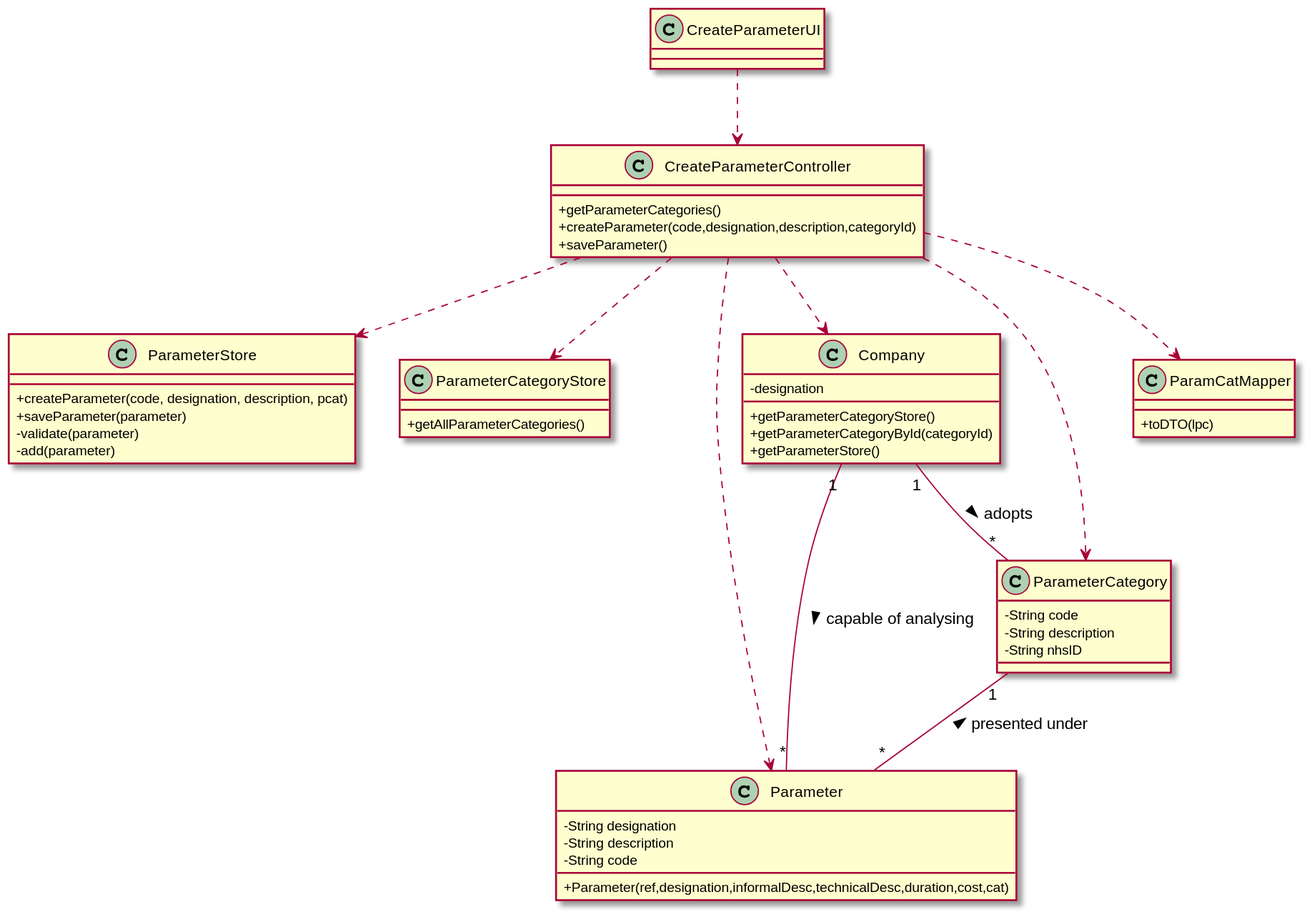
The PlantUML diagram docs/SprintB/US10/US10-CD.svg in 0franciscor/lei-21-s2-1de-g19, before a commit.
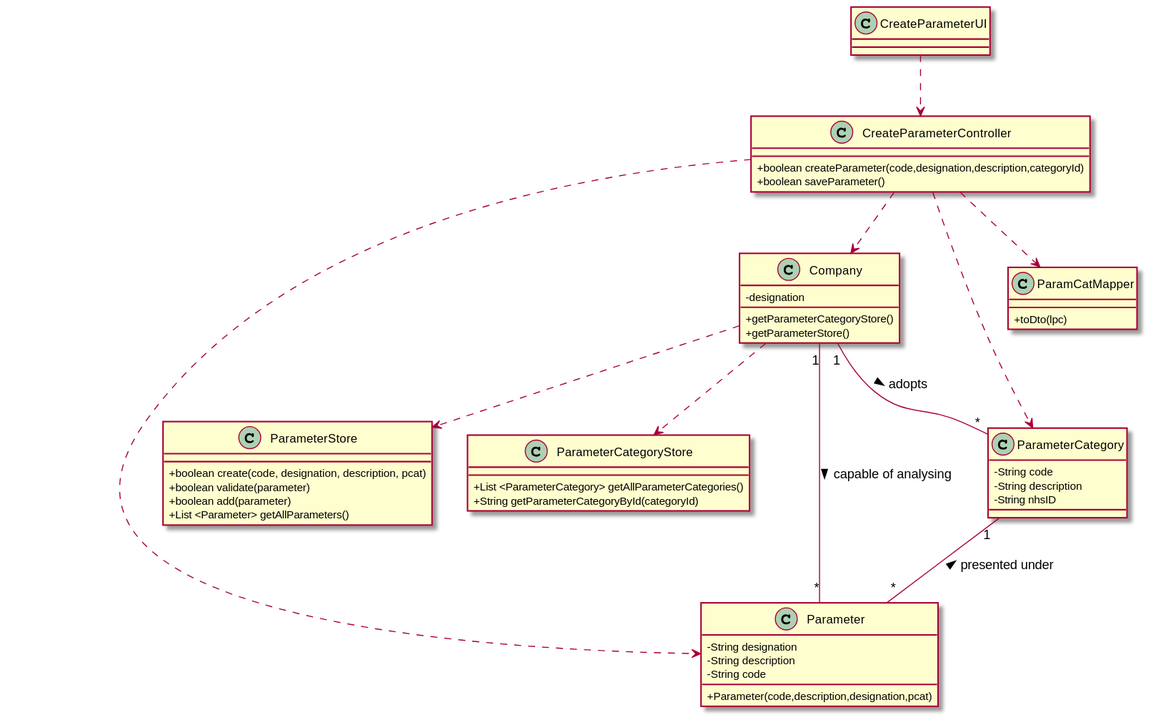
Later version of the same file.

Diff of the diagram source:
```diff
@@ -3,14 +3,15 @@
 
 
 class ParameterStore{
-  +createParameter(code, designation, description, pcat)
-  +saveParameter(parameter)
-  -validate(parameter)
-  -add(parameter)
+  +boolean create(code, designation, description, pcat)
+  +boolean validate(parameter)
+  +boolean add(parameter)
+  +List <Parameter> getAllParameters()
 }
 
 class ParameterCategoryStore{
-  +getAllParameterCategories()
+  +List <ParameterCategory> getAllParameterCategories()
+  +String getParameterCategoryById(categoryId)
 }
 
 
@@ -18,13 +19,12 @@
   - String designation
   - String description
   - String code
-  +Parameter(ref,designation,informalDesc,technicalDesc,duration,cost,cat)
+  +Parameter(code,description,designation,pcat)
 }
 
 class Company {
   -designation
   +getParameterCategoryStore()
-  +getParameterCategoryById(categoryId)
   +getParameterStore()
 }
 
@@ -37,14 +37,13 @@
 
 
 class ParamCatMapper{
-  +toDTO(lpc)
+  +toDto(lpc)
 }
 
 
 class CreateParameterController {
-  +getParameterCategories()
-  +createParameter(code,designation,description,categoryId)
-  +saveParameter()
+  +boolean createParameter(code,designation,description,categoryId)
+  +boolean saveParameter()
 }
 
 class CreateParameterUI {
@@ -55,8 +54,8 @@
 CreateParameterController ..> ParamCatMapper
 CreateParameterController ..> Parameter
 CreateParameterController ..> Company
-CreateParameterController ..> ParameterStore
-CreateParameterController ..> ParameterCategoryStore
+Company ..> ParameterStore
+Company ..> ParameterCategoryStore
 
 Company "1" -- "*" Parameter : > capable of analysing
 Company "1" -- "*" ParameterCategory : > adopts
```
